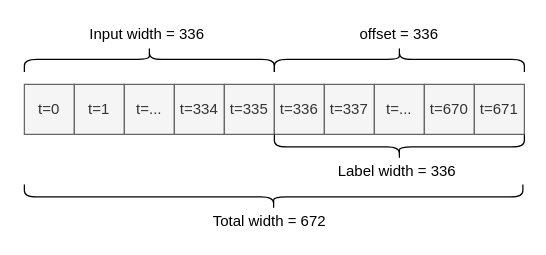
This is docs/WindowSize.drawio from TheisNiklas/particulate-matter-prediction, a draw.io file, before an edit. Source tidied: cells renumbered, new cells numbered last; positions are measured from the earlier drawing's top-left corner, leaving out a move shared by most shapes. Both pictures are drawn from the tidied source at 125%, with x=0, y=0 at pixel (24, -66).
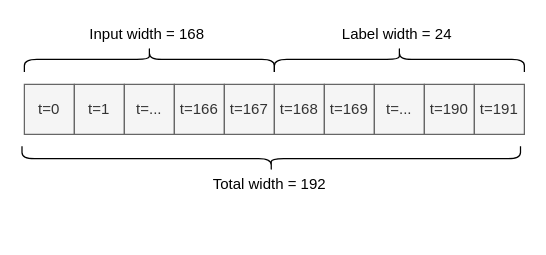
The same page after the edit.

Diff of the diagram source:
```diff
@@
 <mxGraphModel>
   <root>
     <mxCell id="0" />
     <mxCell id="1" parent="0" />
     <mxCell id="2" value="t=0" style="rounded=0;whiteSpace=wrap;html=1;fillColor=#f5f5f5;strokeColor=#666666;fontColor=#333333;" parent="1" vertex="1">
       <mxGeometry y="120" width="40" height="40" as="geometry" />
     </mxCell>
     <mxCell id="3" value="t=1" style="rounded=0;whiteSpace=wrap;html=1;fillColor=#f5f5f5;strokeColor=#666666;fontColor=#333333;" parent="1" vertex="1">
       <mxGeometry x="40" y="120" width="40" height="40" as="geometry" />
     </mxCell>
     <mxCell id="4" value="t=..." style="rounded=0;whiteSpace=wrap;html=1;fillColor=#f5f5f5;strokeColor=#666666;fontColor=#333333;" parent="1" vertex="1">
       <mxGeometry x="80" y="120" width="40" height="40" as="geometry" />
     </mxCell>
-    <mxCell id="5" value="t=334" style="rounded=0;whiteSpace=wrap;html=1;fillColor=#f5f5f5;strokeColor=#666666;fontColor=#333333;" parent="1" vertex="1">
+    <mxCell id="5" value="t=166" style="rounded=0;whiteSpace=wrap;html=1;fillColor=#f5f5f5;strokeColor=#666666;fontColor=#333333;" parent="1" vertex="1">
       <mxGeometry x="120" y="120" width="40" height="40" as="geometry" />
     </mxCell>
-    <mxCell id="6" value="t=335" style="rounded=0;whiteSpace=wrap;html=1;fillColor=#f5f5f5;strokeColor=#666666;fontColor=#333333;" parent="1" vertex="1">
+    <mxCell id="6" value="t=167" style="rounded=0;whiteSpace=wrap;html=1;fillColor=#f5f5f5;strokeColor=#666666;fontColor=#333333;" parent="1" vertex="1">
       <mxGeometry x="160" y="120" width="40" height="40" as="geometry" />
     </mxCell>
-    <mxCell id="7" value="t=336" style="rounded=0;whiteSpace=wrap;html=1;fillColor=#f5f5f5;strokeColor=#666666;fontColor=#333333;" parent="1" vertex="1">
+    <mxCell id="7" value="t=168" style="rounded=0;whiteSpace=wrap;html=1;fillColor=#f5f5f5;strokeColor=#666666;fontColor=#333333;" parent="1" vertex="1">
       <mxGeometry x="200" y="120" width="40" height="40" as="geometry" />
     </mxCell>
-    <mxCell id="8" value="t=337" style="rounded=0;whiteSpace=wrap;html=1;fillColor=#f5f5f5;strokeColor=#666666;fontColor=#333333;" parent="1" vertex="1">
+    <mxCell id="8" value="t=169" style="rounded=0;whiteSpace=wrap;html=1;fillColor=#f5f5f5;strokeColor=#666666;fontColor=#333333;" parent="1" vertex="1">
       <mxGeometry x="240" y="120" width="40" height="40" as="geometry" />
     </mxCell>
     <mxCell id="9" value="t=..." style="rounded=0;whiteSpace=wrap;html=1;fillColor=#f5f5f5;strokeColor=#666666;fontColor=#333333;" parent="1" vertex="1">
       <mxGeometry x="280" y="120" width="40" height="40" as="geometry" />
     </mxCell>
-    <mxCell id="10" value="t=670" style="rounded=0;whiteSpace=wrap;html=1;fillColor=#f5f5f5;strokeColor=#666666;fontColor=#333333;" parent="1" vertex="1">
+    <mxCell id="10" value="t=190" style="rounded=0;whiteSpace=wrap;html=1;fillColor=#f5f5f5;strokeColor=#666666;fontColor=#333333;" parent="1" vertex="1">
       <mxGeometry x="320" y="120" width="40" height="40" as="geometry" />
     </mxCell>
-    <mxCell id="11" value="t=671" style="rounded=0;whiteSpace=wrap;html=1;fillColor=#f5f5f5;strokeColor=#666666;fontColor=#333333;" parent="1" vertex="1">
+    <mxCell id="11" value="t=191" style="rounded=0;whiteSpace=wrap;html=1;fillColor=#f5f5f5;strokeColor=#666666;fontColor=#333333;" parent="1" vertex="1">
       <mxGeometry x="360" y="120" width="40" height="40" as="geometry" />
     </mxCell>
     <mxCell id="12" style="shape=curlyBracket;whiteSpace=wrap;html=1;rounded=1;rotation=90;strokeWidth=1;perimeterSpacing=1;" parent="1" vertex="1">
       <mxGeometry x="90" width="20" height="200" as="geometry" />
     </mxCell>
-    <mxCell id="13" style="shape=curlyBracket;whiteSpace=wrap;html=1;rounded=1;rotation=90;strokeWidth=1;perimeterSpacing=1;" parent="1" vertex="1">
-      <mxGeometry x="290" width="20" height="200" as="geometry" />
-    </mxCell>
-    <mxCell id="14" value="Input width = 336&amp;nbsp;" style="text;html=1;strokeColor=none;fillColor=none;align=center;verticalAlign=middle;whiteSpace=wrap;rounded=0;" parent="1" vertex="1">
+    <mxCell id="14" value="Input width = 168&amp;nbsp;" style="text;html=1;strokeColor=none;fillColor=none;align=center;verticalAlign=middle;whiteSpace=wrap;rounded=0;" parent="1" vertex="1">
       <mxGeometry x="30" y="70" width="140" height="20" as="geometry" />
     </mxCell>
-    <mxCell id="15" value="offset = 336" style="text;html=1;strokeColor=none;fillColor=none;align=center;verticalAlign=middle;whiteSpace=wrap;rounded=0;" parent="1" vertex="1">
-      <mxGeometry x="230" y="70" width="140" height="20" as="geometry" />
-    </mxCell>
     <mxCell id="16" style="shape=curlyBracket;whiteSpace=wrap;html=1;rounded=1;strokeWidth=1;rotation=-90;" parent="1" vertex="1">
-      <mxGeometry x="189.4" y="10.6" width="20" height="398.8" as="geometry" />
+      <mxGeometry x="187.5" y="-20" width="20" height="398.8" as="geometry" />
     </mxCell>
-    <mxCell id="17" value="Total width = 672&amp;nbsp;" style="text;html=1;strokeColor=none;fillColor=none;align=center;verticalAlign=middle;whiteSpace=wrap;rounded=0;" parent="1" vertex="1">
-      <mxGeometry x="127.5" y="220" width="140" height="20" as="geometry" />
+    <mxCell id="17" value="Total width = 192&amp;nbsp;" style="text;html=1;strokeColor=none;fillColor=none;align=center;verticalAlign=middle;whiteSpace=wrap;rounded=0;" parent="1" vertex="1">
+      <mxGeometry x="127.5" y="190" width="140" height="20" as="geometry" />
     </mxCell>
-    <mxCell id="18" style="shape=curlyBracket;whiteSpace=wrap;html=1;rounded=1;strokeWidth=1;rotation=-90;" parent="1" vertex="1">
-      <mxGeometry x="290" y="70" width="20" height="200" as="geometry" />
-    </mxCell>
-    <mxCell id="19" value="Label width = 336&amp;nbsp;" style="text;html=1;strokeColor=none;fillColor=none;align=center;verticalAlign=middle;whiteSpace=wrap;rounded=0;" parent="1" vertex="1">
-      <mxGeometry x="230" y="180" width="140" height="20" as="geometry" />
+    <mxCell id="19" value="Label width = 24&amp;nbsp;" style="text;html=1;strokeColor=none;fillColor=none;align=center;verticalAlign=middle;whiteSpace=wrap;rounded=0;" parent="1" vertex="1">
+      <mxGeometry x="230" y="70" width="140" height="20" as="geometry" />
     </mxCell>
+    <mxCell id="13" style="shape=curlyBracket;whiteSpace=wrap;html=1;rounded=1;rotation=90;strokeWidth=1;perimeterSpacing=1;" parent="1" vertex="1">
+      <mxGeometry x="290" width="20" height="200" as="geometry" />
+    </mxCell>
   </root>
 </mxGraphModel>
```
